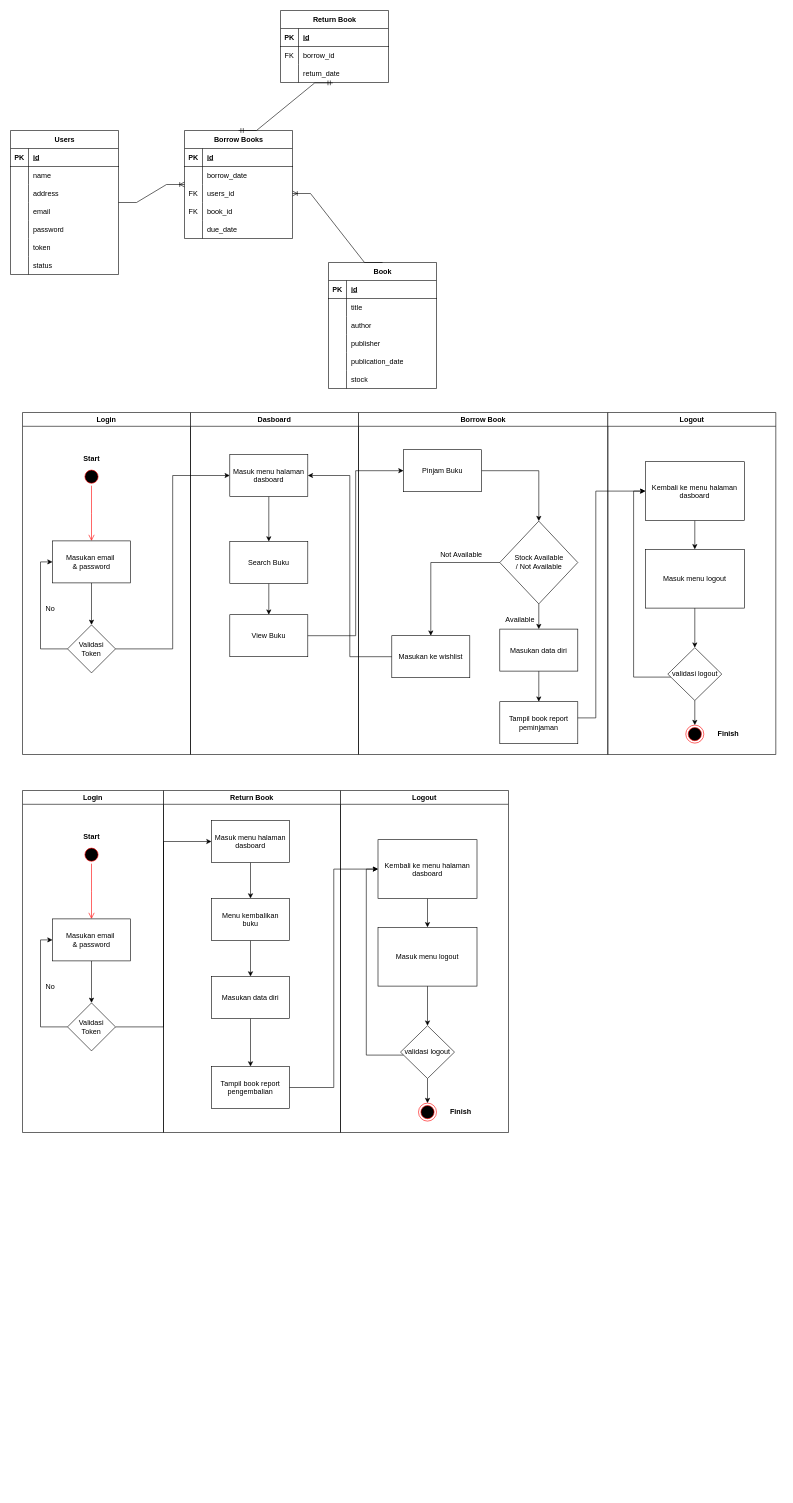
Before: Diagram Tanpa Judul.drawio in Syaal/library, a draw.io diagram. Source tidied: cells renumbered, new cells numbered last; positions are measured from the earlier drawing's top-left corner, leaving out a move shared by most shapes. Both pictures are drawn from the tidied source at 60%, with x=0, y=0 at pixel (10, 10).
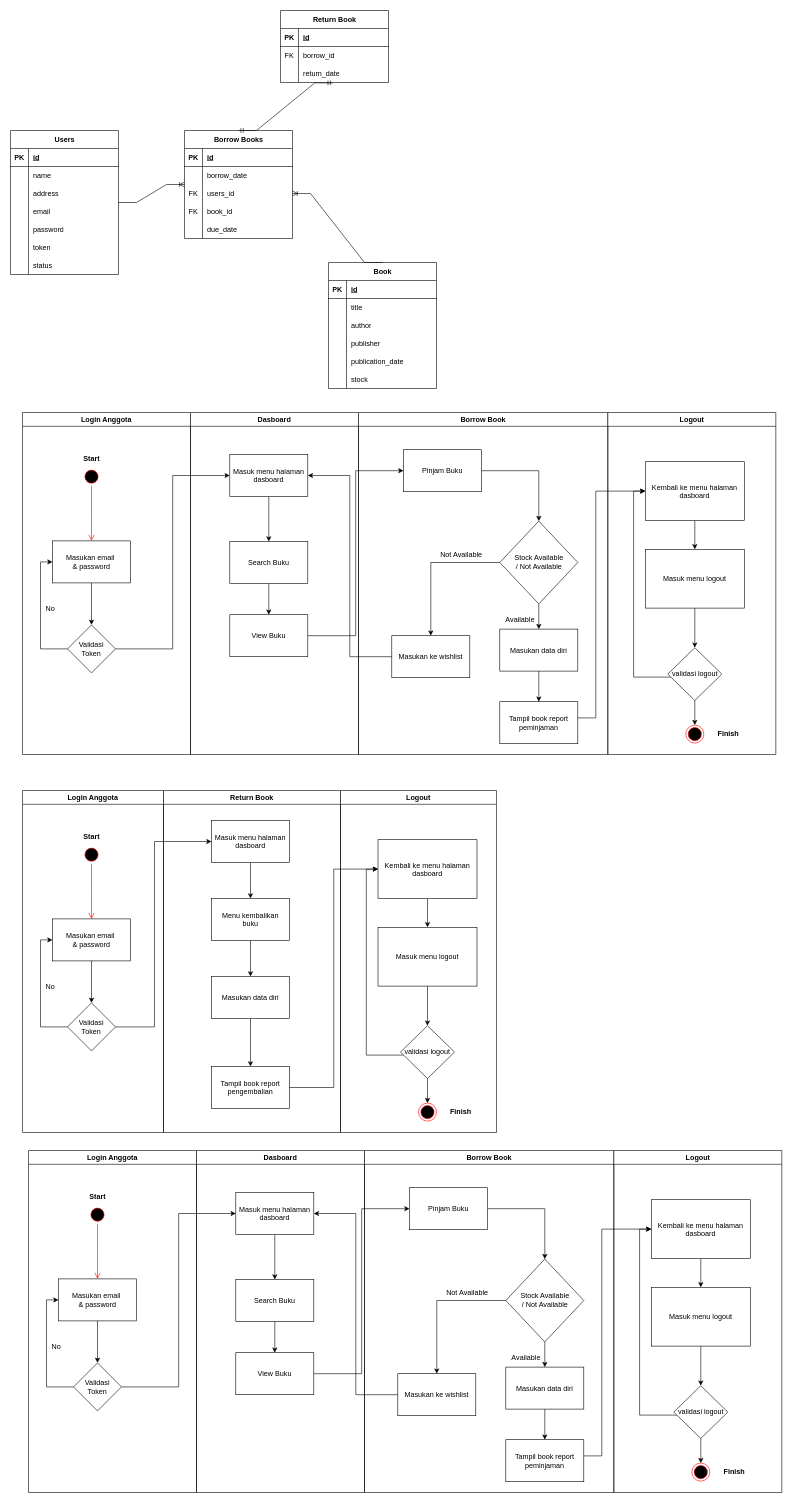
Above is the later version.

The change refers to these unchanged cells:
```xml
<mxCell id="119" value="Validasi&lt;br&gt;Token" style="rhombus;whiteSpace=wrap;html=1;" parent="113" vertex="1">
  <mxGeometry x="75" y="354" width="80" height="80" as="geometry" />
</mxCell>
<mxCell id="139" value="Masuk menu halaman&#10;dasboard" parent="132" vertex="1">
  <mxGeometry x="80" y="50" width="130" height="70" as="geometry" />
</mxCell>
```

What changed in the source:
```diff
@@
-    <mxCell id="72" value="Login" style="swimlane;whiteSpace=wrap;" parent="1" vertex="1">
+    <mxCell id="72" value="Login Anggota" style="swimlane;whiteSpace=wrap;" parent="1" vertex="1">
       <mxGeometry x="20" y="670" width="280" height="570" as="geometry" />
     </mxCell>
@@
-    <mxCell id="113" value="Login" style="swimlane;whiteSpace=wrap;" parent="1" vertex="1">
+    <mxCell id="113" value="Login Anggota" style="swimlane;whiteSpace=wrap;" parent="1" vertex="1">
       <mxGeometry x="20" y="1300" width="235" height="570" as="geometry" />
     </mxCell>
@@
     <mxCell id="122" value="Logout" style="swimlane;whiteSpace=wrap;" parent="1" vertex="1">
-      <mxGeometry x="550" y="1300" width="280" height="570" as="geometry" />
+      <mxGeometry x="550" y="1300" width="260" height="570" as="geometry" />
     </mxCell>
@@
     <mxCell id="140" style="edgeStyle=orthogonalEdgeStyle;rounded=0;jettySize=auto;html=1;entryX=0;entryY=0.5;entryDx=0;entryDy=0;" parent="1" edge="1" source="119" target="139">
-      <mxGeometry relative="1" as="geometry" />
+      <mxGeometry relative="1" as="geometry">
+        <Array as="points">
+          <mxPoint x="240" y="1694" />
+          <mxPoint x="240" y="1385" />
+        </Array>
+      </mxGeometry>
     </mxCell>
@@
+    <mxCell id="142" value="Login Anggota" style="swimlane;whiteSpace=wrap;" parent="1" vertex="1">
+      <mxGeometry x="30" y="1900" width="280" height="570" as="geometry" />
+    </mxCell>
+    <mxCell id="143" style="ellipse;shape=startState;fillColor=#000000;strokeColor=#ff0000;" parent="142" vertex="1">
+      <mxGeometry x="100" y="92" width="30" height="30" as="geometry" />
+    </mxCell>
+    <mxCell id="144" style="edgeStyle=elbowEdgeStyle;elbow=horizontal;verticalAlign=bottom;endArrow=open;endSize=8;strokeColor=#FF0000;endFill=1;rounded=0;" parent="142" edge="1" source="143" target="146">
+      <mxGeometry x="100" y="40" as="geometry" />
+    </mxCell>
+    <mxCell id="145" style="edgeStyle=orthogonalEdgeStyle;rounded=0;jettySize=auto;html=1;entryX=0.5;entryY=0;entryDx=0;entryDy=0;" parent="142" edge="1" source="146" target="148">
+      <mxGeometry relative="1" as="geometry" />
+    </mxCell>
+    <mxCell id="146" value="Masukan email &#10;&amp; password" parent="142" vertex="1">
+      <mxGeometry x="50" y="214" width="130" height="70" as="geometry" />
+    </mxCell>
+    <mxCell id="147" style="edgeStyle=orthogonalEdgeStyle;rounded=0;jettySize=auto;html=1;entryX=0;entryY=0.5;entryDx=0;entryDy=0;" parent="142" edge="1" source="148" target="146">
+      <mxGeometry relative="1" as="geometry">
+        <Array as="points">
+          <mxPoint x="30" y="394" />
+          <mxPoint x="30" y="249" />
+        </Array>
+      </mxGeometry>
+    </mxCell>
+    <mxCell id="148" value="Validasi&lt;br&gt;Token" style="rhombus;whiteSpace=wrap;html=1;" parent="142" vertex="1">
+      <mxGeometry x="75" y="354" width="80" height="80" as="geometry" />
+    </mxCell>
+    <mxCell id="149" value="No" style="text;html=1;align=center;verticalAlign=middle;strokeColor=none;fillColor=none;" parent="142" vertex="1">
+      <mxGeometry x="25.5" y="312" width="40" height="30" as="geometry" />
+    </mxCell>
+    <mxCell id="150" value="Start" style="text;html=1;align=center;verticalAlign=middle;strokeColor=none;fillColor=none;fontStyle=1;" parent="142" vertex="1">
+      <mxGeometry x="90" y="62" width="50" height="30" as="geometry" />
+    </mxCell>
+    <mxCell id="151" value="Dasboard" style="swimlane;whiteSpace=wrap;" parent="1" vertex="1">
+      <mxGeometry x="310" y="1900" width="280" height="570" as="geometry" />
+    </mxCell>
+    <mxCell id="152" style="edgeStyle=orthogonalEdgeStyle;rounded=0;jettySize=auto;html=1;entryX=0.5;entryY=0;entryDx=0;entryDy=0;" parent="151" edge="1" source="153" target="155">
+      <mxGeometry relative="1" as="geometry" />
+    </mxCell>
+    <mxCell id="153" value="Masuk menu halaman&#10;dasboard" parent="151" vertex="1">
+      <mxGeometry x="65.5" y="70" width="130" height="70" as="geometry" />
+    </mxCell>
+    <mxCell id="154" style="edgeStyle=orthogonalEdgeStyle;rounded=0;jettySize=auto;html=1;entryX=0.5;entryY=0;entryDx=0;entryDy=0;" parent="151" edge="1" source="155" target="156">
+      <mxGeometry relative="1" as="geometry" />
+    </mxCell>
+    <mxCell id="155" value="Search Buku" parent="151" vertex="1">
+      <mxGeometry x="65.5" y="215" width="130" height="70" as="geometry" />
+    </mxCell>
+    <mxCell id="156" value="View Buku" parent="151" vertex="1">
+      <mxGeometry x="65.5" y="337" width="130" height="70" as="geometry" />
+    </mxCell>
+    <mxCell id="157" value="Borrow Book" style="swimlane;whiteSpace=wrap;" parent="1" vertex="1">
+      <mxGeometry x="590" y="1900" width="415.5" height="570" as="geometry" />
+    </mxCell>
+    <mxCell id="158" style="edgeStyle=orthogonalEdgeStyle;rounded=0;jettySize=auto;html=1;entryX=0.5;entryY=0;entryDx=0;entryDy=0;" parent="157" edge="1" source="159" target="165">
+      <mxGeometry relative="1" as="geometry" />
+    </mxCell>
+    <mxCell id="159" value="Pinjam Buku" parent="157" vertex="1">
+      <mxGeometry x="75" y="62" width="130" height="70" as="geometry" />
+    </mxCell>
+    <mxCell id="160" style="edgeStyle=orthogonalEdgeStyle;rounded=0;jettySize=auto;html=1;entryX=0.5;entryY=0;entryDx=0;entryDy=0;" parent="157" edge="1" source="161" target="162">
+      <mxGeometry relative="1" as="geometry" />
+    </mxCell>
+    <mxCell id="161" value="Masukan data diri" parent="157" vertex="1">
+      <mxGeometry x="235.5" y="361" width="130" height="70" as="geometry" />
+    </mxCell>
+    <mxCell id="162" value="Tampil book report&#10;peminjaman" parent="157" vertex="1">
+      <mxGeometry x="235.5" y="482" width="130" height="70" as="geometry" />
+    </mxCell>
+    <mxCell id="163" style="edgeStyle=orthogonalEdgeStyle;rounded=0;jettySize=auto;html=1;" parent="157" edge="1" source="165" target="161">
+      <mxGeometry relative="1" as="geometry" />
+    </mxCell>
+    <mxCell id="164" style="edgeStyle=orthogonalEdgeStyle;rounded=0;jettySize=auto;html=1;entryX=0.5;entryY=0;entryDx=0;entryDy=0;" parent="157" edge="1" source="165" target="168">
+      <mxGeometry relative="1" as="geometry" />
+    </mxCell>
+    <mxCell id="165" value="Stock Available&lt;br&gt;/ Not Available" style="rhombus;whiteSpace=wrap;html=1;" parent="157" vertex="1">
+      <mxGeometry x="235.5" y="181" width="130" height="138" as="geometry" />
+    </mxCell>
+    <mxCell id="166" value="Not Available" style="text;html=1;align=center;verticalAlign=middle;strokeColor=none;fillColor=none;" parent="157" vertex="1">
+      <mxGeometry x="125.5" y="222" width="90" height="30" as="geometry" />
+    </mxCell>
+    <mxCell id="167" value="Available" style="text;html=1;align=center;verticalAlign=middle;strokeColor=none;fillColor=none;" parent="157" vertex="1">
+      <mxGeometry x="233.5" y="330" width="70" height="30" as="geometry" />
+    </mxCell>
+    <mxCell id="168" value="Masukan ke wishlist" parent="157" vertex="1">
+      <mxGeometry x="55.5" y="372" width="130" height="70" as="geometry" />
+    </mxCell>
+    <mxCell id="169" value="Logout" style="swimlane;whiteSpace=wrap;" parent="1" vertex="1">
+      <mxGeometry x="1005.5" y="1900" width="280" height="570" as="geometry" />
+    </mxCell>
+    <mxCell id="170" style="ellipse;shape=endState;fillColor=#000000;strokeColor=#ff0000;" parent="169" vertex="1">
+      <mxGeometry x="130" y="521" width="30" height="30" as="geometry" />
+    </mxCell>
+    <mxCell id="171" style="edgeStyle=orthogonalEdgeStyle;rounded=0;jettySize=auto;html=1;" parent="169" edge="1" source="172" target="174">
+      <mxGeometry relative="1" as="geometry" />
+    </mxCell>
+    <mxCell id="172" value="Kembali ke menu halaman&#10;dasboard" parent="169" vertex="1">
+      <mxGeometry x="62.5" y="82" width="165" height="98" as="geometry" />
+    </mxCell>
+    <mxCell id="173" style="edgeStyle=orthogonalEdgeStyle;rounded=0;jettySize=auto;html=1;entryX=0.5;entryY=0;entryDx=0;entryDy=0;" parent="169" edge="1" source="174" target="177">
+      <mxGeometry relative="1" as="geometry" />
+    </mxCell>
+    <mxCell id="174" value="Masuk menu logout" parent="169" vertex="1">
+      <mxGeometry x="62.5" y="228" width="165" height="98" as="geometry" />
+    </mxCell>
+    <mxCell id="175" style="edgeStyle=orthogonalEdgeStyle;rounded=0;jettySize=auto;html=1;entryX=0;entryY=0.5;entryDx=0;entryDy=0;" parent="169" edge="1" source="177" target="172">
+      <mxGeometry relative="1" as="geometry">
+        <Array as="points">
+          <mxPoint x="43" y="441" />
+          <mxPoint x="43" y="131" />
+        </Array>
+      </mxGeometry>
+    </mxCell>
+    <mxCell id="176" style="edgeStyle=orthogonalEdgeStyle;rounded=0;jettySize=auto;html=1;" parent="169" edge="1" source="177" target="170">
+      <mxGeometry relative="1" as="geometry" />
+    </mxCell>
+    <mxCell id="177" value="validasi logout" style="rhombus;whiteSpace=wrap;html=1;" parent="169" vertex="1">
+      <mxGeometry x="100" y="392" width="90" height="88" as="geometry" />
+    </mxCell>
+    <mxCell id="178" value="Finish" style="text;html=1;align=center;verticalAlign=middle;strokeColor=none;fillColor=none;fontStyle=1;" parent="169" vertex="1">
+      <mxGeometry x="170" y="521" width="60" height="30" as="geometry" />
+    </mxCell>
+    <mxCell id="179" style="edgeStyle=orthogonalEdgeStyle;rounded=0;jettySize=auto;html=1;entryX=0;entryY=0.5;entryDx=0;entryDy=0;" parent="1" edge="1" source="148" target="153">
+      <mxGeometry relative="1" as="geometry" />
+    </mxCell>
+    <mxCell id="180" style="edgeStyle=orthogonalEdgeStyle;rounded=0;jettySize=auto;html=1;entryX=0;entryY=0.5;entryDx=0;entryDy=0;" parent="1" edge="1" source="156" target="159">
+      <mxGeometry relative="1" as="geometry" />
+    </mxCell>
+    <mxCell id="181" style="edgeStyle=orthogonalEdgeStyle;rounded=0;jettySize=auto;html=1;entryX=0;entryY=0.5;entryDx=0;entryDy=0;" parent="1" edge="1" source="162" target="172">
+      <mxGeometry relative="1" as="geometry">
+        <Array as="points">
+          <mxPoint x="985.5" y="2409" />
+          <mxPoint x="985.5" y="2031" />
+        </Array>
+      </mxGeometry>
+    </mxCell>
+    <mxCell id="182" style="edgeStyle=orthogonalEdgeStyle;rounded=0;jettySize=auto;html=1;entryX=1;entryY=0.5;entryDx=0;entryDy=0;" parent="1" edge="1" source="168" target="153">
+      <mxGeometry relative="1" as="geometry" />
+    </mxCell>
```
